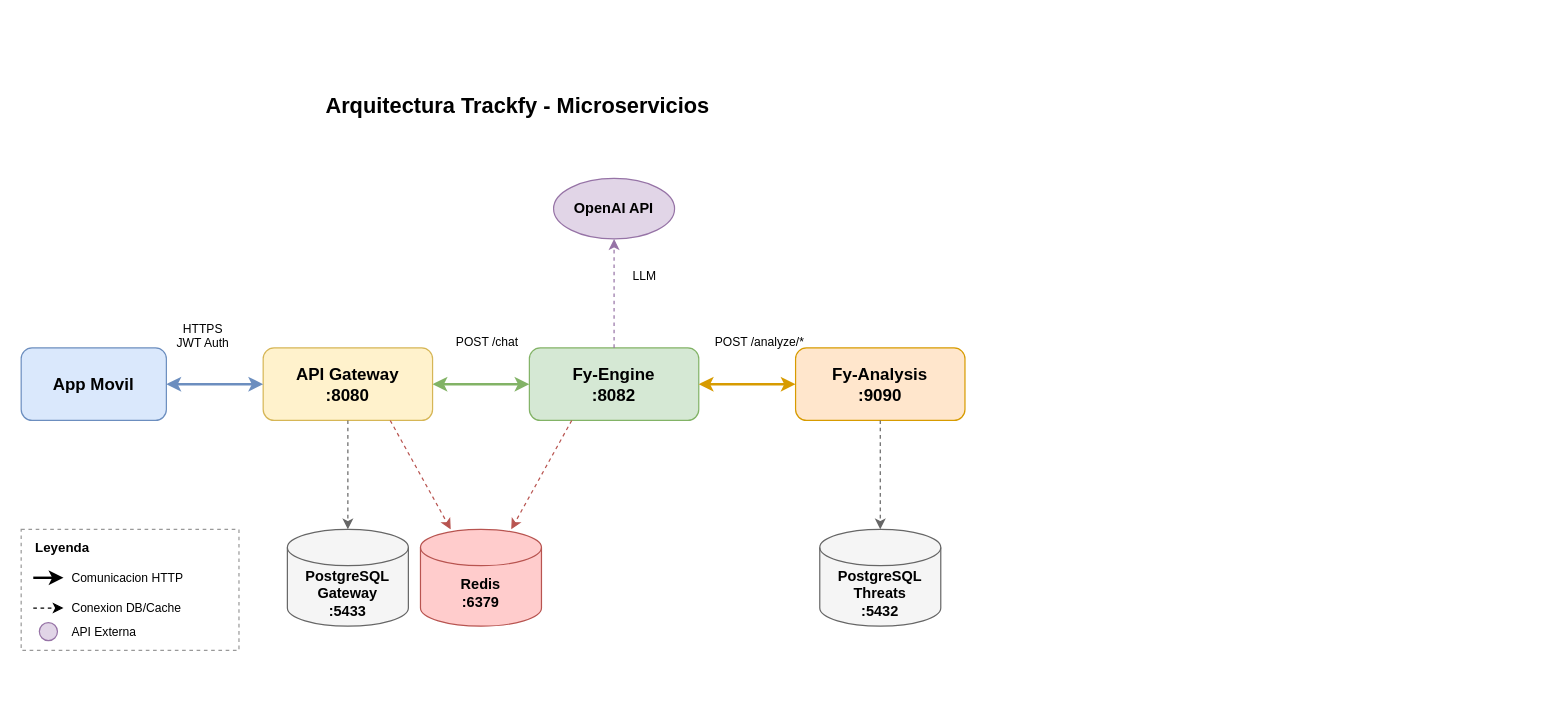
Above: docs/diagramas/Arquitectura Microservicios.drawio in DamianPerez-GL/Trackfy (draw.io), before the change. Source tidied: cells renumbered, new cells numbered last; positions are measured from the earlier drawing's top-left corner, leaving out a move shared by most shapes. Both pictures are drawn from the tidied source at 121%, with x=0, y=0 at pixel (21, 81).
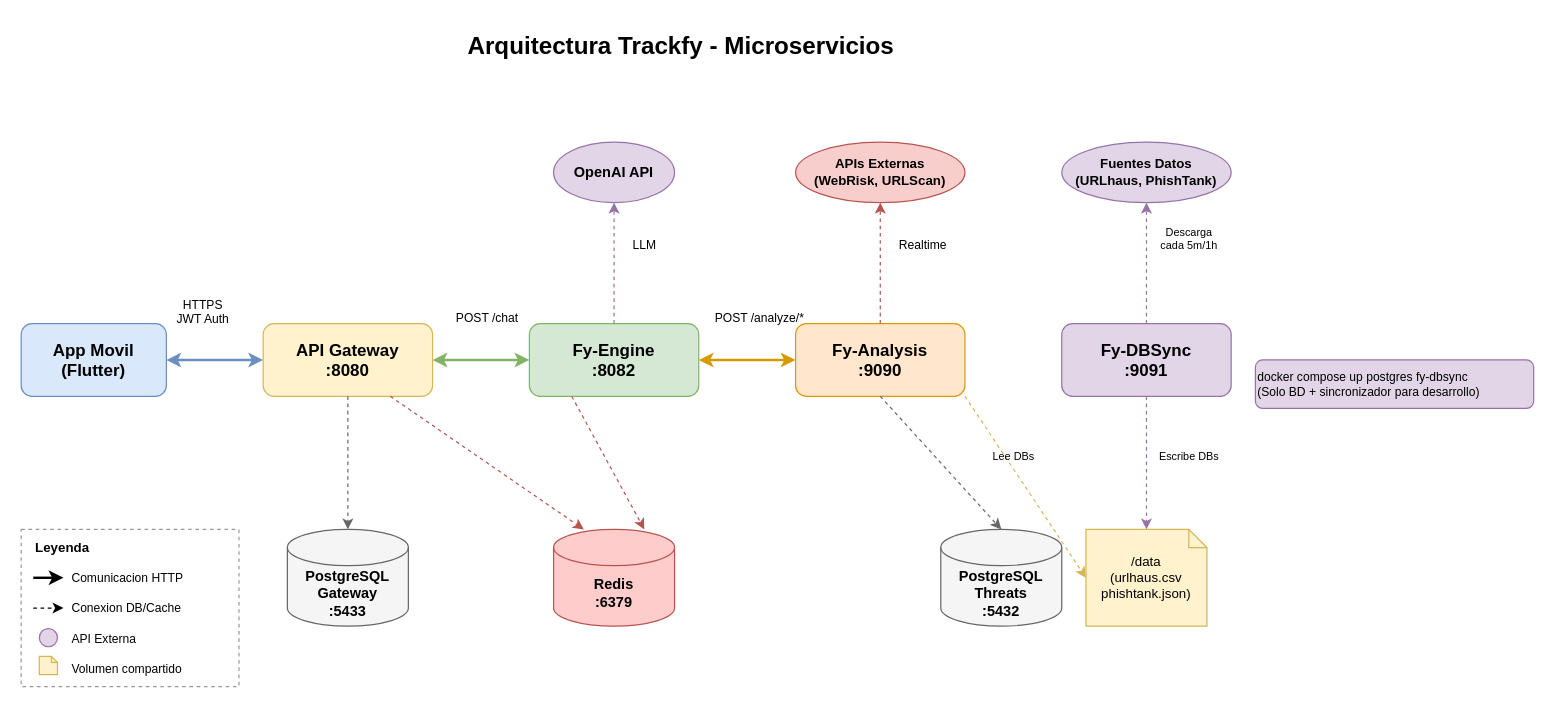
The same page after the edit.

What changed in the source:
```diff
@@
+    <mxCell id="22" value="Arquitectura Trackfy - Microservicios" style="text;html=1;align=center;verticalAlign=middle;strokeColor=none;fillColor=none;fontSize=20;fontStyle=1;" parent="1" vertex="1">
+      <mxGeometry x="370" y="-50" width="350" height="40" as="geometry" />
+    </mxCell>
-    <mxCell id="2" value="App Movil" style="rounded=1;whiteSpace=wrap;html=1;fillColor=#dae8fc;strokeColor=#6c8ebf;fontStyle=1;fontSize=14;" parent="1" vertex="1">
-      <mxGeometry y="220" width="120" height="60" as="geometry" />
+    <mxCell id="2" value="App Movil&#10;(Flutter)" style="rounded=1;whiteSpace=wrap;html=1;fillColor=#dae8fc;strokeColor=#6c8ebf;fontStyle=1;fontSize=14;" parent="1" vertex="1">
+      <mxGeometry y="200" width="120" height="60" as="geometry" />
     </mxCell>
     <mxCell id="3" value="API Gateway&#10;:8080" style="rounded=1;whiteSpace=wrap;html=1;fillColor=#fff2cc;strokeColor=#d6b656;fontStyle=1;fontSize=14;" parent="1" vertex="1">
-      <mxGeometry x="200" y="220" width="140" height="60" as="geometry" />
+      <mxGeometry x="200" y="200" width="140" height="60" as="geometry" />
     </mxCell>
     <mxCell id="4" value="Fy-Engine&#10;:8082" style="rounded=1;whiteSpace=wrap;html=1;fillColor=#d5e8d4;strokeColor=#82b366;fontStyle=1;fontSize=14;" parent="1" vertex="1">
-      <mxGeometry x="420" y="220" width="140" height="60" as="geometry" />
+      <mxGeometry x="420" y="200" width="140" height="60" as="geometry" />
     </mxCell>
     <mxCell id="5" value="Fy-Analysis&#10;:9090" style="rounded=1;whiteSpace=wrap;html=1;fillColor=#ffe6cc;strokeColor=#d79b00;fontStyle=1;fontSize=14;" parent="1" vertex="1">
-      <mxGeometry x="640" y="220" width="140" height="60" as="geometry" />
+      <mxGeometry x="640" y="200" width="140" height="60" as="geometry" />
     </mxCell>
+    <mxCell id="31" value="Fy-DBSync&#10;:9091" style="rounded=1;whiteSpace=wrap;html=1;fillColor=#e1d5e7;strokeColor=#9673a6;fontStyle=1;fontSize=14;" parent="1" vertex="1">
+      <mxGeometry x="860" y="200" width="140" height="60" as="geometry" />
+    </mxCell>
@@
     <mxCell id="7" value="PostgreSQL&#10;Threats&#10;:5432" style="shape=cylinder3;whiteSpace=wrap;html=1;boundedLbl=1;backgroundOutline=1;size=15;fillColor=#f5f5f5;strokeColor=#666666;fontStyle=1;fontSize=12;" parent="1" vertex="1">
-      <mxGeometry x="660" y="370" width="100" height="80" as="geometry" />
+      <mxGeometry x="760" y="370" width="100" height="80" as="geometry" />
     </mxCell>
     <mxCell id="8" value="Redis&#10;:6379" style="shape=cylinder3;whiteSpace=wrap;html=1;boundedLbl=1;backgroundOutline=1;size=15;fillColor=#ffcccc;strokeColor=#b85450;fontStyle=1;fontSize=12;" parent="1" vertex="1">
-      <mxGeometry x="330" y="370" width="100" height="80" as="geometry" />
+      <mxGeometry x="440" y="370" width="100" height="80" as="geometry" />
     </mxCell>
+    <mxCell id="32" value="/data&#10;(urlhaus.csv&#10;phishtank.json)" style="shape=note;whiteSpace=wrap;html=1;backgroundOutline=1;fillColor=#fff2cc;strokeColor=#d6b656;fontSize=11;size=15;" parent="1" vertex="1">
+      <mxGeometry x="880" y="370" width="100" height="80" as="geometry" />
+    </mxCell>
     <mxCell id="9" value="OpenAI API" style="ellipse;whiteSpace=wrap;html=1;fillColor=#e1d5e7;strokeColor=#9673a6;fontStyle=1;fontSize=12;" parent="1" vertex="1">
-      <mxGeometry x="440" y="80" width="100" height="50" as="geometry" />
+      <mxGeometry x="440" y="50" width="100" height="50" as="geometry" />
     </mxCell>
+    <mxCell id="33" value="APIs Externas&#10;(WebRisk, URLScan)" style="ellipse;whiteSpace=wrap;html=1;fillColor=#f8cecc;strokeColor=#b85450;fontStyle=1;fontSize=11;" parent="1" vertex="1">
+      <mxGeometry x="640" y="50" width="140" height="50" as="geometry" />
+    </mxCell>
+    <mxCell id="34" value="Fuentes Datos&#10;(URLhaus, PhishTank)" style="ellipse;whiteSpace=wrap;html=1;fillColor=#e1d5e7;strokeColor=#9673a6;fontStyle=1;fontSize=11;" parent="1" vertex="1">
+      <mxGeometry x="860" y="50" width="140" height="50" as="geometry" />
+    </mxCell>
@@
     <mxCell id="11" value="HTTPS&#10;JWT Auth" style="text;html=1;align=center;verticalAlign=middle;strokeColor=none;fillColor=none;fontSize=10;" parent="1" vertex="1">
-      <mxGeometry x="120" y="190" width="60" height="40" as="geometry" />
+      <mxGeometry x="120" y="170" width="60" height="40" as="geometry" />
     </mxCell>
@@
     <mxCell id="13" value="POST /chat" style="text;html=1;align=center;verticalAlign=middle;strokeColor=none;fillColor=none;fontSize=10;" parent="1" vertex="1">
-      <mxGeometry x="350" y="200" width="70" height="30" as="geometry" />
+      <mxGeometry x="350" y="180" width="70" height="30" as="geometry" />
     </mxCell>
@@
     <mxCell id="15" value="POST /analyze/*" style="text;html=1;align=center;verticalAlign=middle;strokeColor=none;fillColor=none;fontSize=10;" parent="1" vertex="1">
-      <mxGeometry x="560" y="200" width="100" height="30" as="geometry" />
+      <mxGeometry x="560" y="180" width="100" height="30" as="geometry" />
     </mxCell>
@@
+    <mxCell id="35" style="endArrow=classic;html=1;exitX=1;exitY=1;exitDx=0;exitDy=0;entryX=0;entryY=0.5;entryDx=0;entryDy=0;strokeWidth=1;dashed=1;strokeColor=#d6b656;" parent="1" edge="1" source="5" target="32">
+      <mxGeometry relative="1" as="geometry" />
+    </mxCell>
+    <mxCell id="36" value="Lee DBs" style="text;html=1;align=center;verticalAlign=middle;strokeColor=none;fillColor=none;fontSize=9;" parent="1" vertex="1">
+      <mxGeometry x="790" y="300" width="60" height="20" as="geometry" />
+    </mxCell>
+    <mxCell id="37" style="endArrow=classic;html=1;exitX=0.5;exitY=1;exitDx=0;exitDy=0;entryX=0.5;entryY=0;entryDx=0;entryDy=0;strokeWidth=1;dashed=1;strokeColor=#9673a6;" parent="1" edge="1" source="31" target="32">
+      <mxGeometry relative="1" as="geometry" />
+    </mxCell>
+    <mxCell id="38" value="Escribe DBs" style="text;html=1;align=center;verticalAlign=middle;strokeColor=none;fillColor=none;fontSize=9;" parent="1" vertex="1">
+      <mxGeometry x="930" y="300" width="70" height="20" as="geometry" />
+    </mxCell>
+    <mxCell id="39" style="endArrow=classic;html=1;exitX=0.5;exitY=0;exitDx=0;exitDy=0;entryX=0.5;entryY=1;entryDx=0;entryDy=0;strokeWidth=1;dashed=1;strokeColor=#9673a6;" parent="1" edge="1" source="31" target="34">
+      <mxGeometry relative="1" as="geometry" />
+    </mxCell>
+    <mxCell id="40" value="Descarga&#10;cada 5m/1h" style="text;html=1;align=center;verticalAlign=middle;strokeColor=none;fillColor=none;fontSize=9;" parent="1" vertex="1">
+      <mxGeometry x="930" y="115" width="70" height="30" as="geometry" />
+    </mxCell>
@@
     <mxCell id="21" value="LLM" style="text;html=1;align=center;verticalAlign=middle;strokeColor=none;fillColor=none;fontSize=10;" parent="1" vertex="1">
-      <mxGeometry x="495" y="145" width="40" height="30" as="geometry" />
+      <mxGeometry x="495" y="120" width="40" height="30" as="geometry" />
     </mxCell>
-    <mxCell id="22" value="Arquitectura Trackfy - Microservicios" style="text;html=1;align=center;verticalAlign=middle;strokeColor=none;fillColor=none;fontSize=18;fontStyle=1;" parent="1" vertex="1">
-      <mxGeometry x="260" width="300" height="40" as="geometry" />
-    </mxCell>
+    <mxCell id="41" style="endArrow=classic;html=1;exitX=0.5;exitY=0;exitDx=0;exitDy=0;entryX=0.5;entryY=1;entryDx=0;entryDy=0;strokeWidth=1;dashed=1;strokeColor=#b85450;" parent="1" edge="1" source="5" target="33">
+      <mxGeometry relative="1" as="geometry" />
+    </mxCell>
+    <mxCell id="42" value="Realtime" style="text;html=1;align=center;verticalAlign=middle;strokeColor=none;fillColor=none;fontSize=10;" parent="1" vertex="1">
+      <mxGeometry x="715" y="120" width="60" height="30" as="geometry" />
+    </mxCell>
     <mxCell id="23" style="rounded=0;whiteSpace=wrap;html=1;fillColor=none;strokeColor=#999999;dashed=1;" parent="1" vertex="1">
-      <mxGeometry y="370" width="180" height="100" as="geometry" />
+      <mxGeometry y="370" width="180" height="130" as="geometry" />
     </mxCell>
@@
     <mxCell id="29" value="API Externa" style="text;html=1;align=left;verticalAlign=middle;strokeColor=none;fillColor=none;fontSize=10;" parent="1" vertex="1">
-      <mxGeometry x="40" y="445" width="70" height="20" as="geometry" />
+      <mxGeometry x="40" y="450" width="70" height="20" as="geometry" />
     </mxCell>
     <mxCell id="30" style="ellipse;whiteSpace=wrap;html=1;fillColor=#e1d5e7;strokeColor=#9673a6;fontSize=8;" parent="1" vertex="1">
-      <mxGeometry x="15" y="447" width="15" height="15" as="geometry" />
+      <mxGeometry x="15" y="452" width="15" height="15" as="geometry" />
     </mxCell>
+    <mxCell id="43" value="Volumen compartido" style="text;html=1;align=left;verticalAlign=middle;strokeColor=none;fillColor=none;fontSize=10;" parent="1" vertex="1">
+      <mxGeometry x="40" y="475" width="120" height="20" as="geometry" />
+    </mxCell>
+    <mxCell id="44" style="shape=note;whiteSpace=wrap;html=1;fillColor=#fff2cc;strokeColor=#d6b656;fontSize=8;size=5;" parent="1" vertex="1">
+      <mxGeometry x="15" y="475" width="15" height="15" as="geometry" />
+    </mxCell>
+    <mxCell id="45" value="docker compose up postgres fy-dbsync&#10;(Solo BD + sincronizador para desarrollo)" style="text;html=1;align=left;verticalAlign=middle;strokeColor=#9673a6;fillColor=#e1d5e7;fontSize=10;rounded=1;" parent="1" vertex="1">
+      <mxGeometry x="1020" y="230" width="230" height="40" as="geometry" />
+    </mxCell>
```
